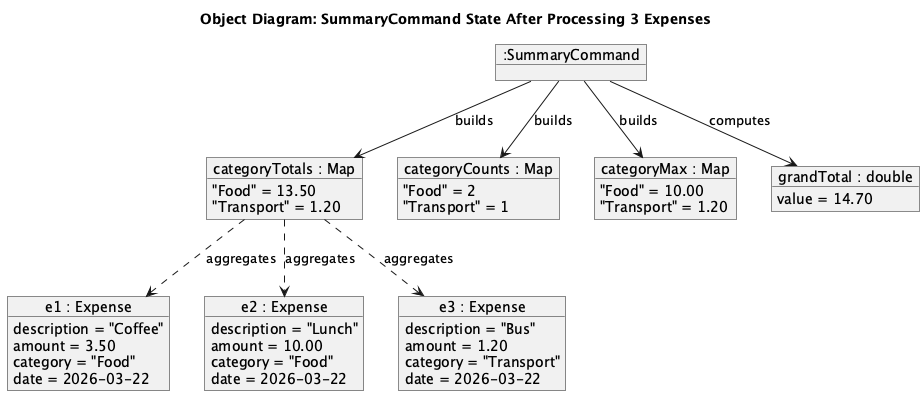
Before: docs/images/SummaryObjectDiagram.png, a diagram exported from PlantUML (AbhijitBalajee/tp). Source of this version:
```plantuml
@startuml
!define BGCOLOR white
skinparam backgroundColor BGCOLOR
skinparam objectAttributeIconSize 0

title Object Diagram: SummaryCommand State After Processing 3 Expenses

object ":SummaryCommand" as sc

object "categoryTotals : Map" as ct {
    "Food" = 13.50
    "Transport" = 1.20
}

object "categoryCounts : Map" as cc {
    "Food" = 2
    "Transport" = 1
}

object "categoryMax : Map" as cm {
    "Food" = 10.00
    "Transport" = 1.20
}

object "grandTotal : double" as gt {
    value = 14.70
}

object "e1 : Expense" as e1 {
    description = "Coffee"
    amount = 3.50
    category = "Food"
    date = 2026-03-22
}

object "e2 : Expense" as e2 {
    description = "Lunch"
    amount = 10.00
    category = "Food"
    date = 2026-03-22
}

object "e3 : Expense" as e3 {
    description = "Bus"
    amount = 1.20
    category = "Transport"
    date = 2026-03-22
}

sc --> ct : builds
sc --> cc : builds
sc --> cm : builds
sc --> gt : computes

ct ..> e1 : aggregates
ct ..> e2 : aggregates
ct ..> e3 : aggregates
@enduml
```
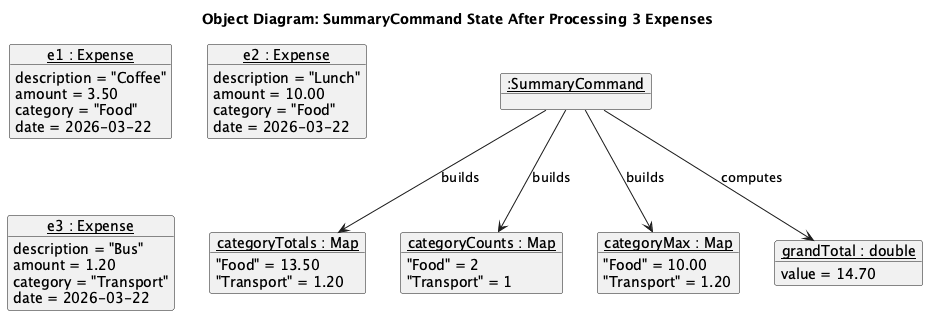
Later version of the same file.

Commit message:
fix: underline object names and remove invalid dependency arrows in summary OD

Change to the diagram source:
```diff
@@ -5,42 +5,42 @@
 
 title Object Diagram: SummaryCommand State After Processing 3 Expenses
 
-object ":SummaryCommand" as sc
+object "<u>:SummaryCommand</u>" as sc
 
-object "categoryTotals : Map" as ct {
+object "<u>categoryTotals : Map</u>" as ct {
     "Food" = 13.50
     "Transport" = 1.20
 }
 
-object "categoryCounts : Map" as cc {
+object "<u>categoryCounts : Map</u>" as cc {
     "Food" = 2
     "Transport" = 1
 }
 
-object "categoryMax : Map" as cm {
+object "<u>categoryMax : Map</u>" as cm {
     "Food" = 10.00
     "Transport" = 1.20
 }
 
-object "grandTotal : double" as gt {
+object "<u>grandTotal : double</u>" as gt {
     value = 14.70
 }
 
-object "e1 : Expense" as e1 {
+object "<u>e1 : Expense</u>" as e1 {
     description = "Coffee"
     amount = 3.50
     category = "Food"
     date = 2026-03-22
 }
 
-object "e2 : Expense" as e2 {
+object "<u>e2 : Expense</u>" as e2 {
     description = "Lunch"
     amount = 10.00
     category = "Food"
     date = 2026-03-22
 }
 
-object "e3 : Expense" as e3 {
+object "<u>e3 : Expense</u>" as e3 {
     description = "Bus"
     amount = 1.20
     category = "Transport"
@@ -52,7 +52,4 @@
 sc --> cm : builds
 sc --> gt : computes
 
-ct ..> e1 : aggregates
-ct ..> e2 : aggregates
-ct ..> e3 : aggregates
 @enduml
```
